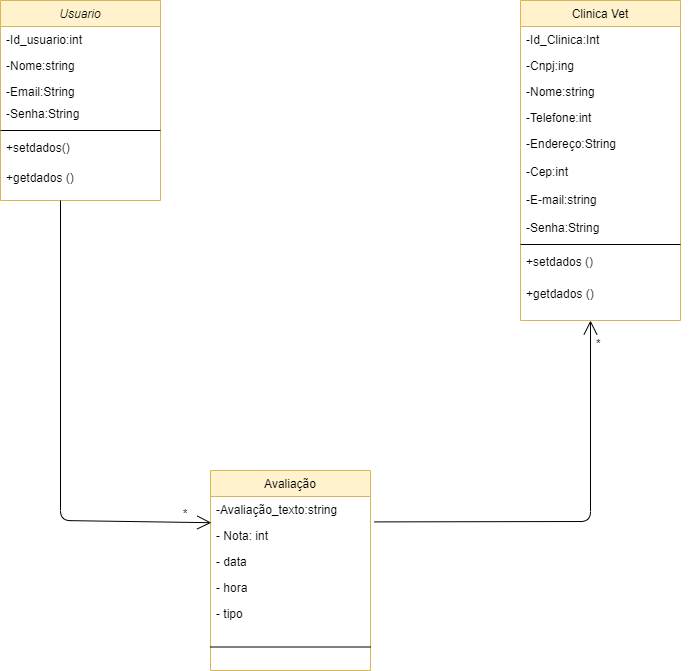
Above: UML/Diagrama_de_classe_Vets.png in Power-Devs/VetsDocs (draw.io), before the change. Source tidied: cells renumbered, new cells last; positions are measured from the earlier drawing's top-left corner, leaving out a move shared by most shapes.
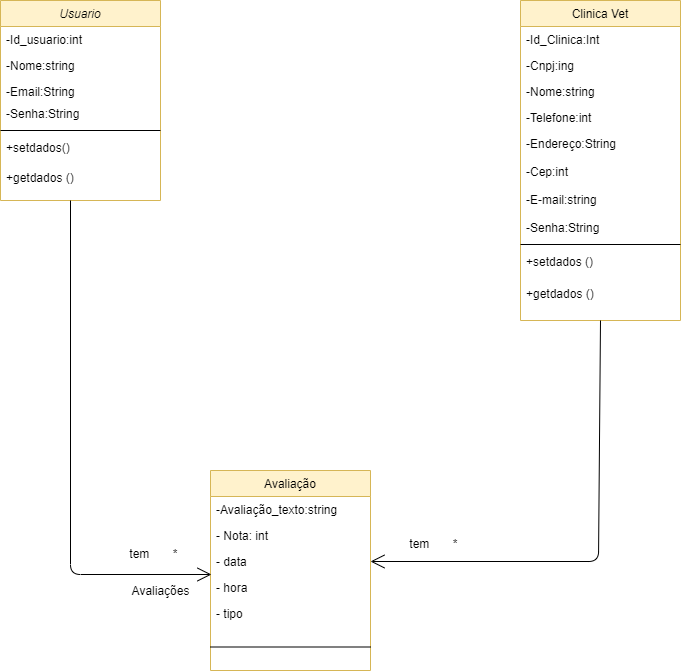
After the change.

Change to the diagram source:
```diff
@@ -74,27 +74,29 @@
     <mxCell id="25" style="line;html=1;strokeWidth=1;align=left;verticalAlign=middle;spacingTop=-1;spacingLeft=3;spacingRight=3;labelPosition=right;" parent="19" vertex="1">
       <mxGeometry y="156" width="160" height="41" as="geometry" />
     </mxCell>
+    <mxCell id="28" value="    tem       *" style="text;strokeColor=none;fillColor=none;align=left;verticalAlign=top;spacingLeft=4;spacingRight=4;overflow=hidden;" parent="1" vertex="1">
+      <mxGeometry x="110" y="540" width="80" height="16" as="geometry" />
+    </mxCell>
+    <mxCell id="30" style="endArrow=open;endFill=1;endSize=12;html=1;entryX=0.006;entryY=1;entryDx=0;entryDy=0;entryPerimeter=0;" parent="1" edge="1" target="22">
+      <mxGeometry relative="1" as="geometry">
+        <mxPoint x="70" y="200" as="sourcePoint" />
+        <Array as="points">
+          <mxPoint x="70" y="574" />
+        </Array>
+      </mxGeometry>
+    </mxCell>
-    <mxCell id="26" style="endArrow=open;endFill=1;endSize=12;html=1;entryX=0.005;entryY=0.008;entryDx=0;entryDy=0;entryPerimeter=0;" parent="19" edge="1" target="21">
+    <mxCell id="26" style="endArrow=open;endFill=1;endSize=12;html=1;entryX=1;entryY=0.5;entryDx=0;entryDy=0;exitX=0.5;exitY=1;exitDx=0;exitDy=0;" parent="1" edge="1" source="10" target="22">
       <mxGeometry relative="1" as="geometry">
-        <mxPoint x="-150" y="-270" as="sourcePoint" />
         <Array as="points">
-          <mxPoint x="-150" y="50" />
+          <mxPoint x="598" y="561" />
         </Array>
       </mxGeometry>
     </mxCell>
-    <mxCell id="27" style="endArrow=open;endFill=1;endSize=12;html=1;exitX=1.025;exitY=-0.023;exitDx=0;exitDy=0;exitPerimeter=0;" parent="1" edge="1" source="21">
-      <mxGeometry relative="1" as="geometry">
-        <mxPoint x="590" y="320" as="targetPoint" />
-        <Array as="points">
-          <mxPoint x="590" y="521" />
-        </Array>
-      </mxGeometry>
-    </mxCell>
-    <mxCell id="28" value="           *" style="text;strokeColor=none;fillColor=none;align=left;verticalAlign=top;spacingLeft=4;spacingRight=4;overflow=hidden;" parent="1" vertex="1">
-      <mxGeometry x="140" y="500" width="60" height="16" as="geometry" />
-    </mxCell>
-    <mxCell id="29" value="*" style="text;strokeColor=none;fillColor=none;align=left;verticalAlign=top;spacingLeft=4;spacingRight=4;overflow=hidden;" parent="1" vertex="1">
-      <mxGeometry x="590" y="330" width="100" height="26" as="geometry" />
-    </mxCell>
+    <mxCell id="31" value="    tem       *" style="text;strokeColor=none;fillColor=none;align=left;verticalAlign=top;spacingLeft=4;spacingRight=4;overflow=hidden;" parent="1" vertex="1">
+      <mxGeometry x="390" y="530" width="80" height="16" as="geometry" />
+    </mxCell>
+    <mxCell id="32" value="Avaliações" style="text;html=1;align=center;verticalAlign=middle;" parent="1" vertex="1">
+      <mxGeometry x="125" y="580" width="70" height="20" as="geometry" />
+    </mxCell>
   </root>
 </mxGraphModel>
```
